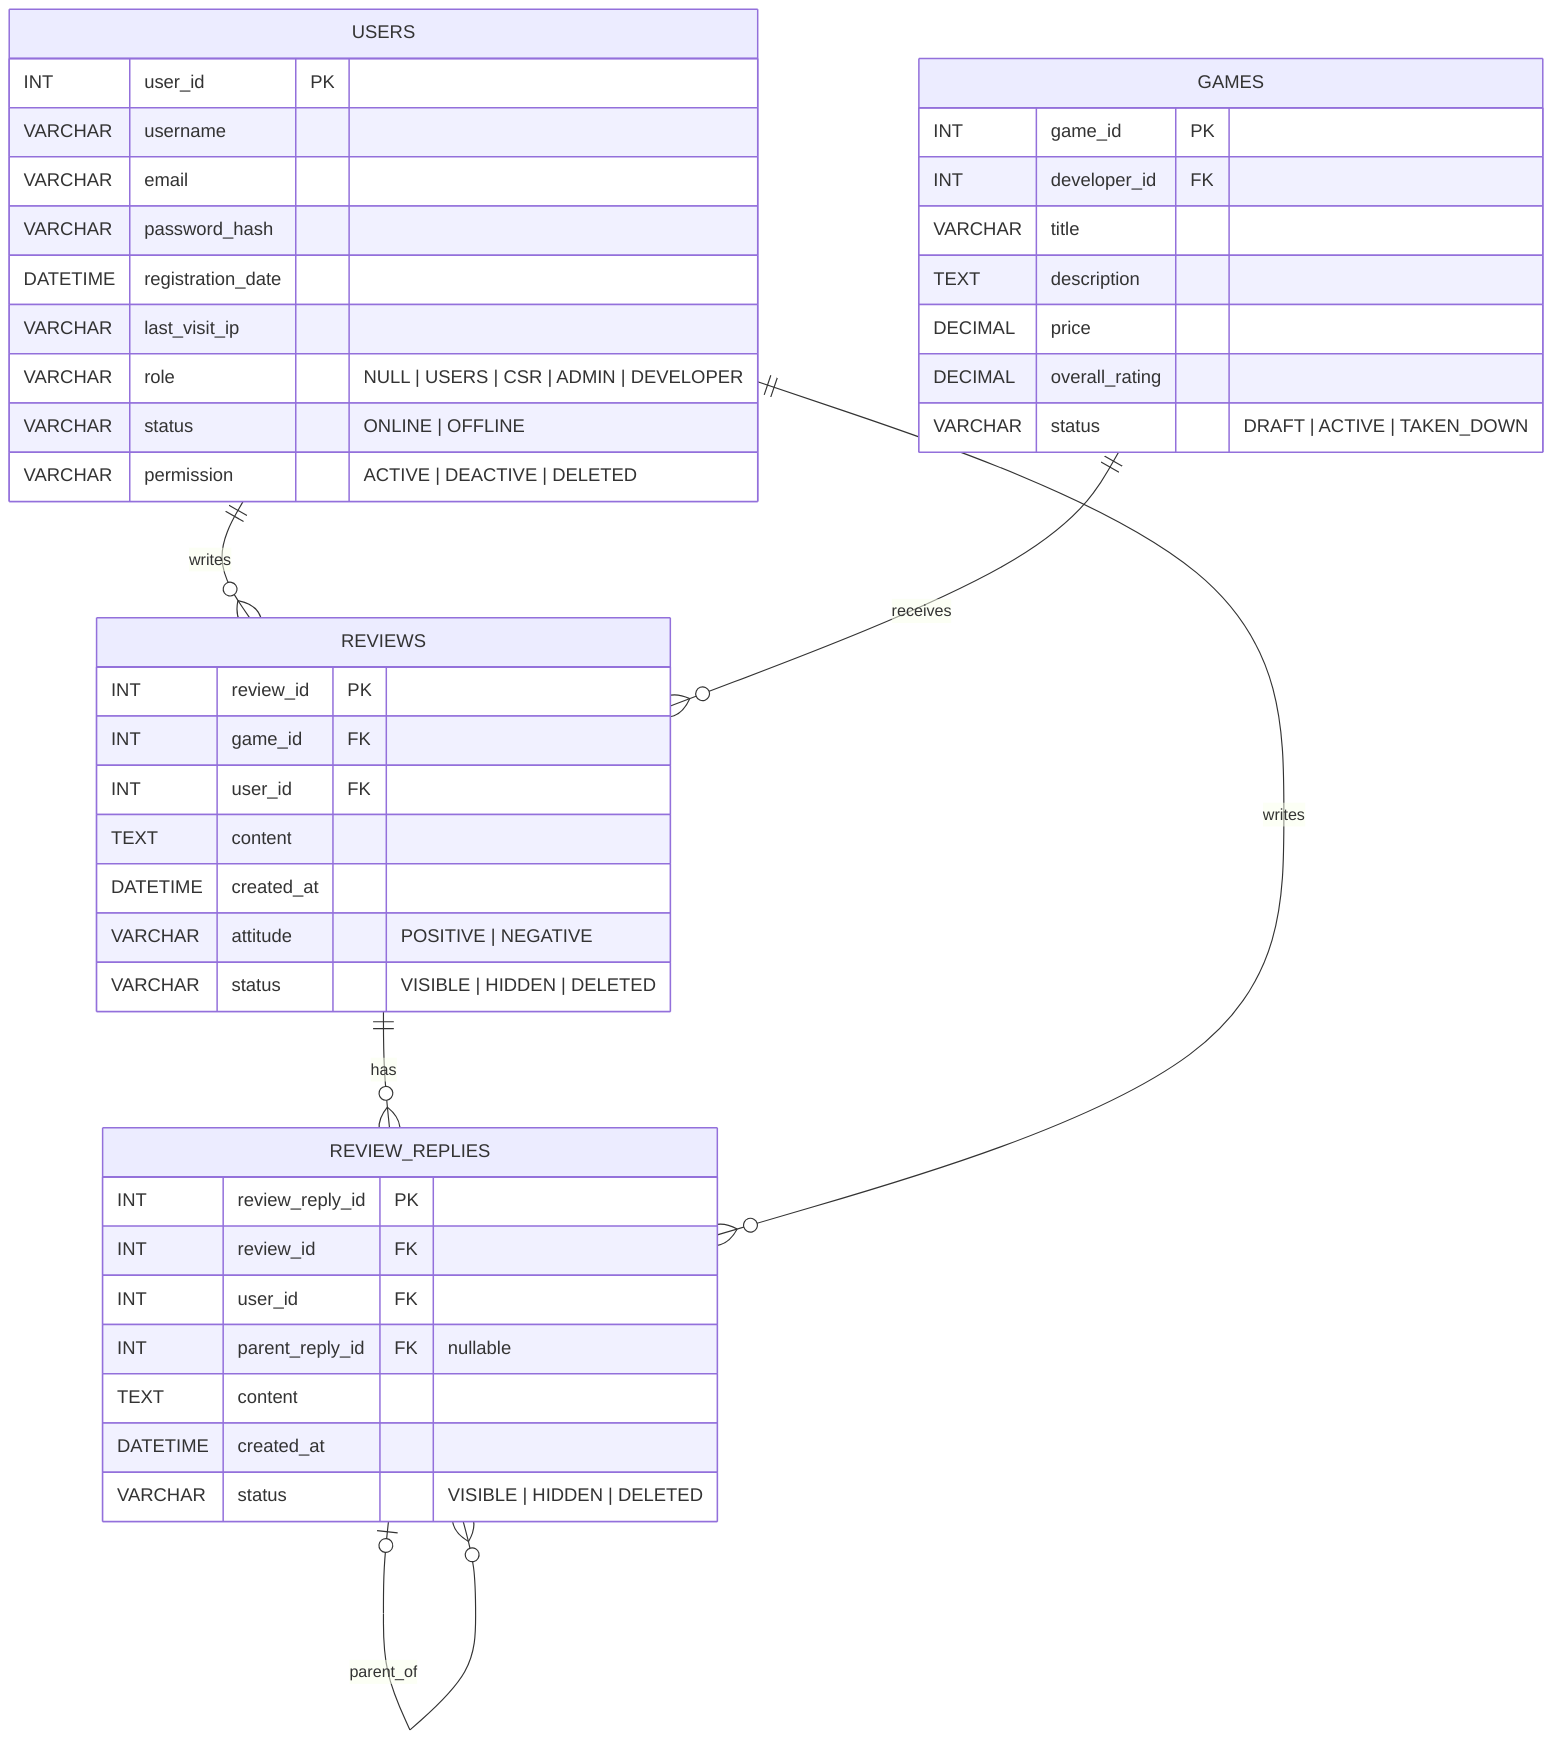
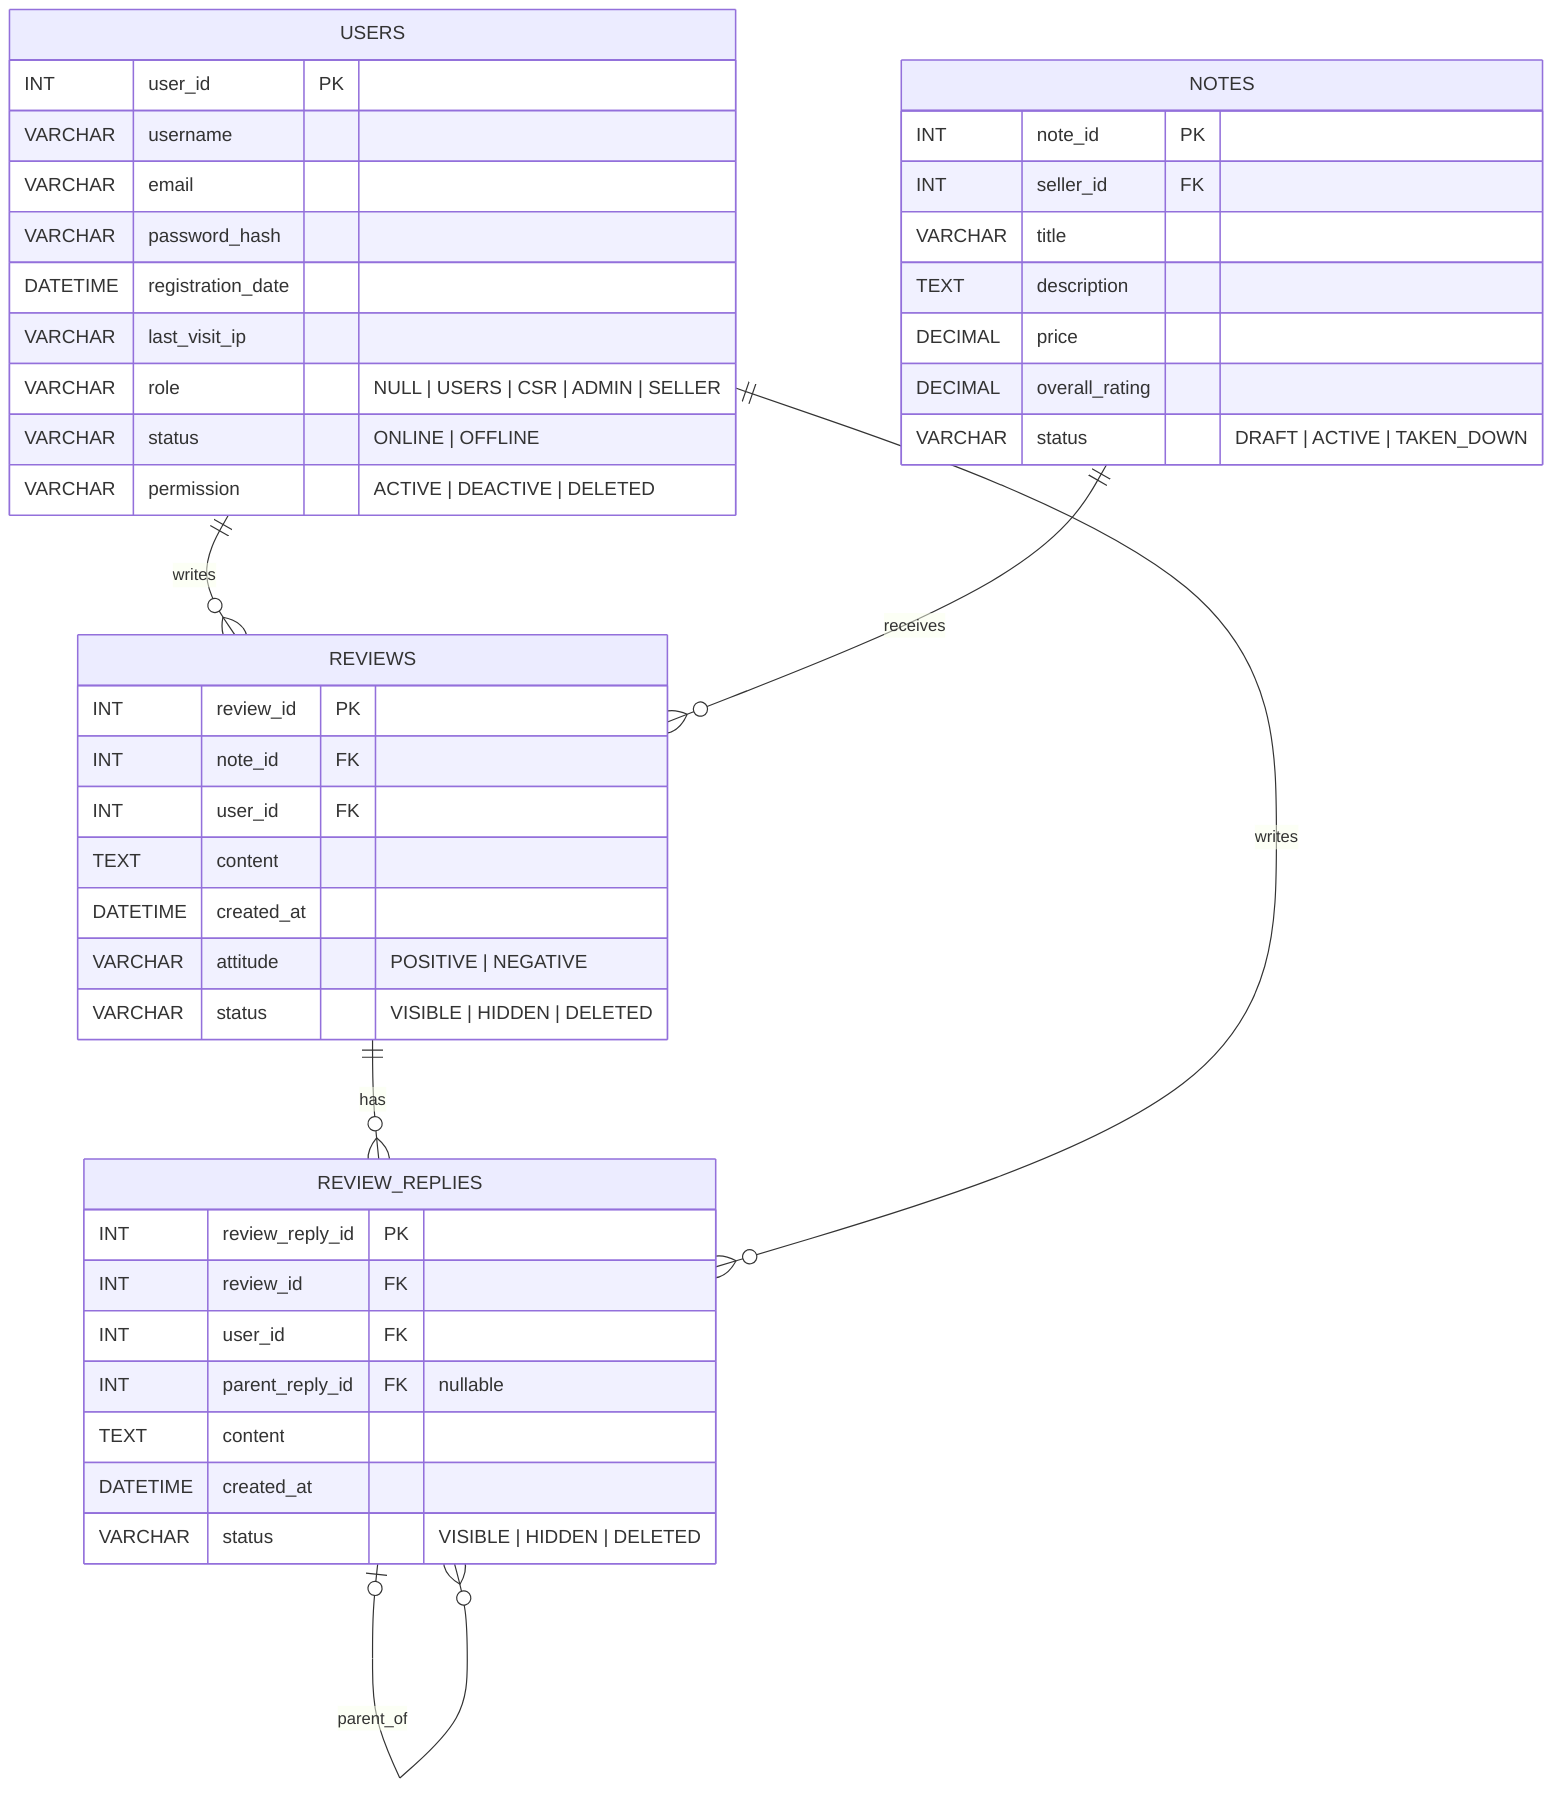
erDiagram
    USERS {
        INT user_id PK
        VARCHAR username
        VARCHAR email
        VARCHAR password_hash
        DATETIME registration_date
        VARCHAR last_visit_ip
-         VARCHAR role "NULL | USERS | CSR | ADMIN | DEVELOPER"
+         VARCHAR role "NULL | USERS | CSR | ADMIN | SELLER"
        VARCHAR status "ONLINE | OFFLINE"
        VARCHAR permission "ACTIVE | DEACTIVE | DELETED"
    }
-     GAMES {
-         INT game_id PK
-         INT developer_id FK
+     NOTES {
+         INT note_id PK
+         INT seller_id FK
        VARCHAR title
        TEXT description
        DECIMAL price
        DECIMAL overall_rating
        VARCHAR status "DRAFT | ACTIVE | TAKEN_DOWN"
    }
    REVIEWS {
        INT review_id PK
-         INT game_id FK
+         INT note_id FK
        INT user_id FK
        TEXT content
        DATETIME created_at
        VARCHAR attitude "POSITIVE | NEGATIVE"
        VARCHAR status "VISIBLE | HIDDEN | DELETED"
    }
    REVIEW_REPLIES {
        INT review_reply_id PK
        INT review_id FK
        INT user_id FK
        INT parent_reply_id FK "nullable"
        TEXT content
        DATETIME created_at
        VARCHAR status "VISIBLE | HIDDEN | DELETED"
    }

    USERS ||--o{ REVIEWS : writes
-     GAMES ||--o{ REVIEWS : receives
+     NOTES ||--o{ REVIEWS : receives
    REVIEWS ||--o{ REVIEW_REPLIES : has
    USERS ||--o{ REVIEW_REPLIES : writes
    REVIEW_REPLIES |o--o{ REVIEW_REPLIES : parent_of